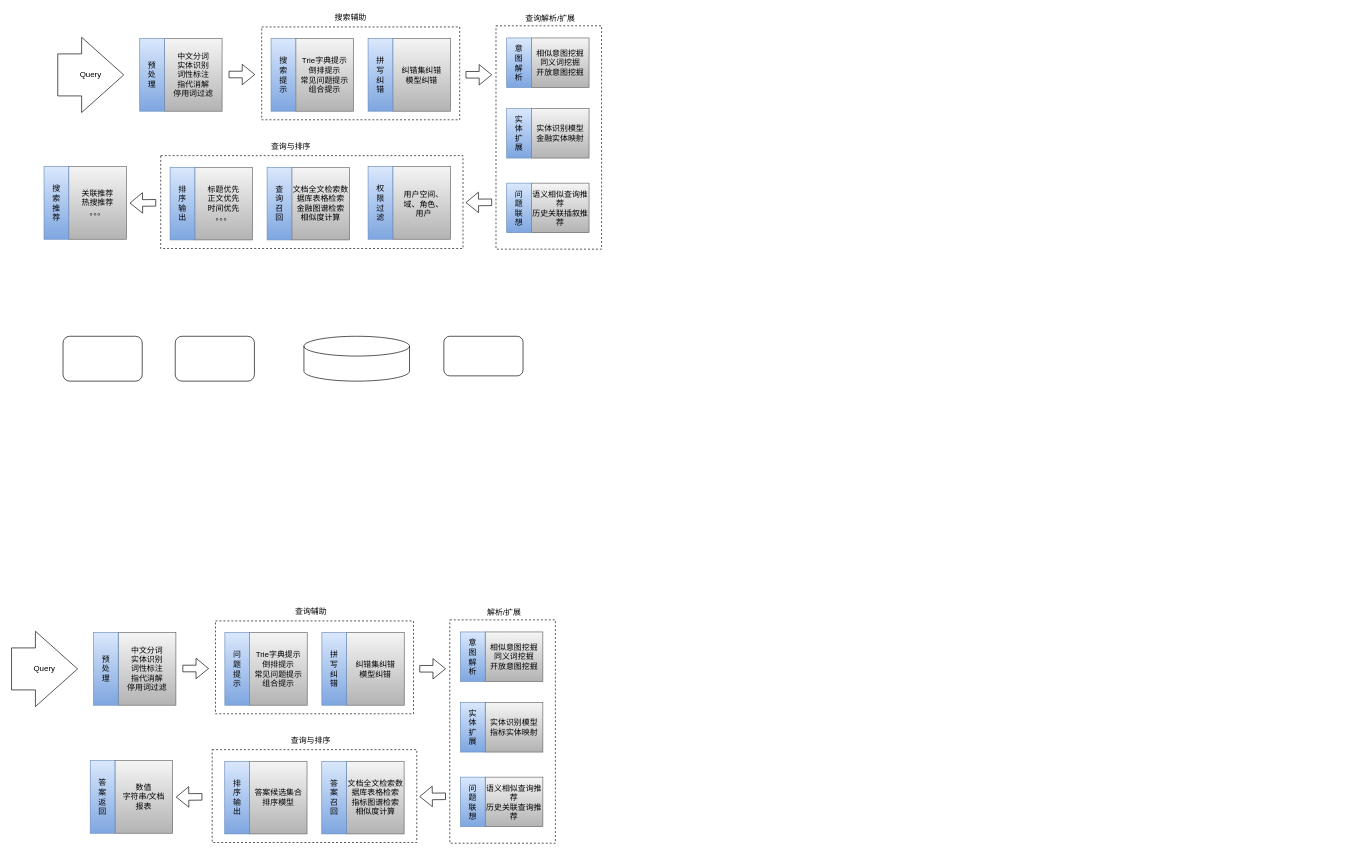
Earlier version of the draw.io diagram nlp/QA.drawio (MMMLMF/notes). Source tidied: cells renumbered, new cells numbered last; positions are measured from the earlier drawing's top-left corner, leaving out a move shared by most shapes. Both pictures are drawn from the tidied source at 66%, with x=0, y=0 at pixel (11, 11). Pictures stored in the file or linked from it are replaced by grey dashed boxes.
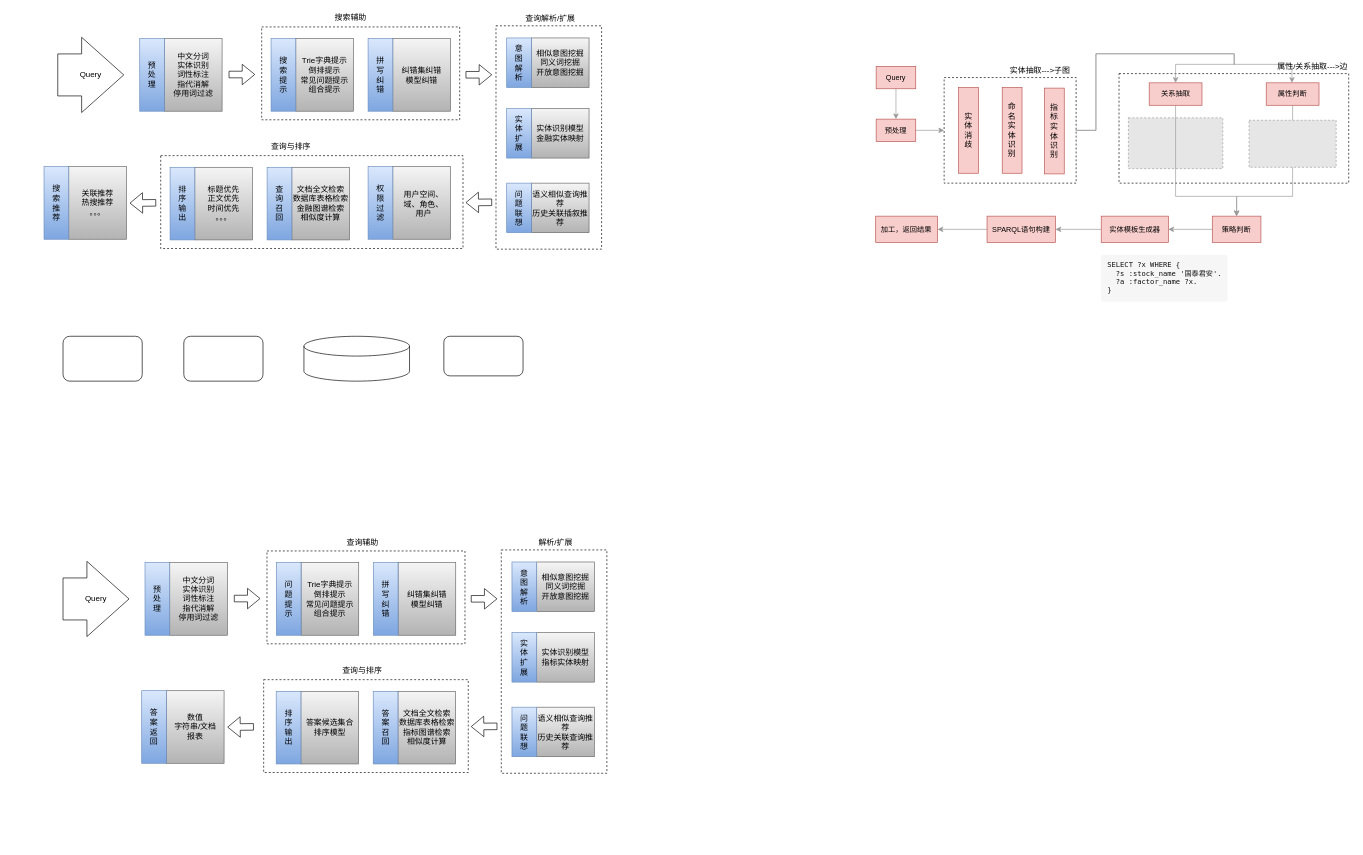
The same page after the edit.

Unchanged cells that the change refers to:
```xml
<mxCell id="41" style="group;" parent="1" vertex="1">
  <mxGeometry x="381" y="236" width="145" height="110" as="geometry" />
</mxCell>
<mxCell id="106" style="group;" parent="100" vertex="1">
  <mxGeometry x="299.8" width="145" height="110" as="geometry" />
</mxCell>
```

What changed in the source:
```diff
@@
+    <mxCell id="123" style="rounded=0;whiteSpace=wrap;html=1;shadow=0;fillColor=none;dashed=1;" parent="1" vertex="1">
+      <mxGeometry x="1678" y="94" width="348" height="166" as="geometry" />
+    </mxCell>
+    <mxCell id="124" style="fillColor=#E6E6E6;strokeColor=#999999;dashed=1;verticalLabelPosition=bottom;labelBackgroundColor=#ffffff;verticalAlign=top;" parent="1" vertex="1">
+      <mxGeometry x="1692.2" y="161" width="143" height="77" as="geometry" />
+    </mxCell>
+    <mxCell id="125" style="edgeStyle=orthogonalEdgeStyle;rounded=0;jettySize=auto;html=1;exitX=1;exitY=0.5;exitDx=0;exitDy=0;entryX=0.5;entryY=0;entryDx=0;entryDy=0;strokeColor=#999999;" parent="1" edge="1" source="127" target="136">
+      <mxGeometry relative="1" as="geometry">
+        <Array as="points">
+          <mxPoint x="1643" y="180" />
+          <mxPoint x="1643" y="64" />
+          <mxPoint x="1853" y="64" />
+          <mxPoint x="1853" y="80" />
+          <mxPoint x="1764" y="80" />
+        </Array>
+      </mxGeometry>
+    </mxCell>
+    <mxCell id="126" style="edgeStyle=orthogonalEdgeStyle;rounded=0;orthogonalLoop=1;jettySize=auto;html=1;exitX=1;exitY=0.5;exitDx=0;exitDy=0;entryX=0.5;entryY=0;entryDx=0;entryDy=0;strokeColor=#999999;" parent="1" edge="1">
+      <mxGeometry relative="1" as="geometry">
+        <mxPoint x="1612" y="180" as="sourcePoint" />
+        <mxPoint x="1940" y="108" as="targetPoint" />
+        <Array as="points">
+          <mxPoint x="1643" y="180" />
+          <mxPoint x="1643" y="64" />
+          <mxPoint x="1852" y="64" />
+          <mxPoint x="1852" y="80" />
+          <mxPoint x="1940" y="80" />
+        </Array>
+      </mxGeometry>
+    </mxCell>
+    <mxCell id="127" style="rounded=0;whiteSpace=wrap;html=1;shadow=0;fillColor=none;dashed=1;" parent="1" vertex="1">
+      <mxGeometry x="1413" y="100" width="200" height="160" as="geometry" />
+    </mxCell>
     <mxCell id="2" style="rounded=0;whiteSpace=wrap;html=1;shadow=0;fillColor=none;dashed=1;" parent="1" vertex="1">
-      <mxGeometry x="664" y="921.7" width="160" height="338.4" as="geometry" />
+      <mxGeometry x="742" y="815.7" width="160" height="338.4" as="geometry" />
     </mxCell>
@@
-    <mxCell id="45" value="文档全文检索数据库表格检索&lt;br&gt;金融图谱检索&lt;br&gt;相似度计算" style="text;html=1;strokeColor=none;fillColor=none;align=center;verticalAlign=middle;whiteSpace=wrap;rounded=0;shadow=0;" parent="41" vertex="1">
+    <mxCell id="45" value="文档全文检索&lt;br&gt;数据库表格检索&lt;br&gt;金融图谱检索&lt;br&gt;相似度计算" style="text;html=1;strokeColor=none;fillColor=none;align=center;verticalAlign=middle;whiteSpace=wrap;rounded=0;shadow=0;" parent="41" vertex="1">
       <mxGeometry x="41.1" y="45" width="92.5" height="20" as="geometry" />
     </mxCell>
@@
     <mxCell id="64" style="group;" parent="1" vertex="1">
-      <mxGeometry x="118" y="941" width="145" height="110" as="geometry" />
+      <mxGeometry x="196" y="835" width="145" height="110" as="geometry" />
     </mxCell>
@@
     <mxCell id="70" style="group;" parent="1" vertex="1">
-      <mxGeometry x="317" y="941" width="290" height="120" as="geometry" />
+      <mxGeometry x="395" y="835" width="290" height="120" as="geometry" />
     </mxCell>
@@
     <mxCell id="76" style="rounded=1;whiteSpace=wrap;html=1;shadow=0;fillColor=none;" parent="1" vertex="1">
-      <mxGeometry x="248" y="492" width="120" height="68" as="geometry" />
+      <mxGeometry x="261" y="492" width="120" height="68" as="geometry" />
     </mxCell>
     <mxCell id="77" style="group;" parent="1" vertex="1">
-      <mxGeometry x="464" y="941" width="145" height="110" as="geometry" />
+      <mxGeometry x="542" y="835" width="145" height="110" as="geometry" />
     </mxCell>
@@
     <mxCell id="83" value="查询辅助" style="text;html=1;strokeColor=none;fillColor=none;align=center;verticalAlign=middle;whiteSpace=wrap;rounded=0;shadow=0;dashed=1;" parent="1" vertex="1">
-      <mxGeometry x="423.5" y="900" width="60" height="20" as="geometry" />
+      <mxGeometry x="501.5" y="794" width="60" height="20" as="geometry" />
     </mxCell>
@@
     <mxCell id="85" style="group;" parent="1" vertex="1">
-      <mxGeometry x="674" y="940" width="145" height="75" as="geometry" />
+      <mxGeometry x="752" y="834" width="145" height="75" as="geometry" />
     </mxCell>
@@
     <mxCell id="90" style="group;" parent="1" vertex="1">
-      <mxGeometry x="674" y="1047" width="145" height="75" as="geometry" />
+      <mxGeometry x="752" y="941" width="145" height="75" as="geometry" />
     </mxCell>
@@
     <mxCell id="95" style="group;" parent="1" vertex="1">
-      <mxGeometry x="674" y="1160" width="145" height="75" as="geometry" />
+      <mxGeometry x="752" y="1054" width="145" height="75" as="geometry" />
     </mxCell>
@@
     <mxCell id="100" style="group;" parent="1" vertex="1">
-      <mxGeometry x="164" y="1136" width="450" height="123" as="geometry" />
+      <mxGeometry x="242" y="1030" width="450" height="123" as="geometry" />
     </mxCell>
@@
-    <mxCell id="110" value="文档全文检索数据库表格检索&lt;br&gt;指标图谱检索&lt;br&gt;相似度计算" style="text;html=1;strokeColor=none;fillColor=none;align=center;verticalAlign=middle;whiteSpace=wrap;rounded=0;shadow=0;" parent="106" vertex="1">
+    <mxCell id="110" value="文档全文检索&lt;br&gt;数据库表格检索&lt;br&gt;指标图谱检索&lt;br&gt;相似度计算" style="text;html=1;strokeColor=none;fillColor=none;align=center;verticalAlign=middle;whiteSpace=wrap;rounded=0;shadow=0;" parent="106" vertex="1">
       <mxGeometry x="41.1" y="45" width="92.5" height="20" as="geometry" />
     </mxCell>
@@
     <mxCell id="117" value="查询与排序" style="text;html=1;strokeColor=none;fillColor=none;align=center;verticalAlign=middle;whiteSpace=wrap;rounded=0;shadow=0;dashed=1;" parent="1" vertex="1">
-      <mxGeometry x="417" y="1095" width="73" height="20" as="geometry" />
+      <mxGeometry x="495" y="989" width="73" height="20" as="geometry" />
     </mxCell>
     <mxCell id="118" style="shape=flexArrow;endArrow=classic;html=1;" parent="1" edge="1">
       <mxGeometry relative="1" as="geometry">
-        <mxPoint x="259" y="995.4" as="sourcePoint" />
-        <mxPoint x="299" y="995.4" as="targetPoint" />
+        <mxPoint x="337" y="889.4" as="sourcePoint" />
+        <mxPoint x="377" y="889.4" as="targetPoint" />
       </mxGeometry>
     </mxCell>
     <mxCell id="119" style="shape=flexArrow;endArrow=classic;html=1;" parent="1" edge="1">
       <mxGeometry relative="1" as="geometry">
-        <mxPoint x="618" y="995.8" as="sourcePoint" />
-        <mxPoint x="658" y="995.8" as="targetPoint" />
+        <mxPoint x="696" y="889.8" as="sourcePoint" />
+        <mxPoint x="736" y="889.8" as="targetPoint" />
       </mxGeometry>
     </mxCell>
     <mxCell id="120" style="shape=flexArrow;endArrow=classic;html=1;" parent="1" edge="1">
       <mxGeometry relative="1" as="geometry">
-        <mxPoint x="658" y="1189" as="sourcePoint" />
-        <mxPoint x="618" y="1189.4" as="targetPoint" />
+        <mxPoint x="736" y="1083" as="sourcePoint" />
+        <mxPoint x="696" y="1083.4" as="targetPoint" />
       </mxGeometry>
     </mxCell>
     <mxCell id="121" value="解析/扩展" style="text;html=1;strokeColor=none;fillColor=none;align=center;verticalAlign=middle;whiteSpace=wrap;rounded=0;shadow=0;dashed=1;" parent="1" vertex="1">
-      <mxGeometry x="705" y="901" width="83" height="20" as="geometry" />
+      <mxGeometry x="783" y="795" width="83" height="20" as="geometry" />
     </mxCell>
     <mxCell id="122" value="Query" style="shape=singleArrow;whiteSpace=wrap;html=1;rounded=0;shadow=0;fillColor=none;arrowWidth=0.5583075335397305;arrowSize=0.638235294117646;" parent="1" vertex="1">
-      <mxGeometry y="939" width="100" height="114" as="geometry" />
+      <mxGeometry x="78" y="833" width="100" height="114" as="geometry" />
     </mxCell>
+    <mxCell id="128" style="edgeStyle=orthogonalEdgeStyle;rounded=0;jettySize=auto;html=1;strokeColor=#999999;" parent="1" edge="1" source="129" target="131">
+      <mxGeometry relative="1" as="geometry" />
+    </mxCell>
+    <mxCell id="129" value="&lt;span style=&quot;font-size: 11px&quot;&gt;Query&lt;/span&gt;" style="rounded=0;whiteSpace=wrap;html=1;fillColor=#f8cecc;strokeColor=#b85450;" parent="1" vertex="1">
+      <mxGeometry x="1310" y="83" width="60" height="34" as="geometry" />
+    </mxCell>
+    <mxCell id="130" style="edgeStyle=orthogonalEdgeStyle;rounded=0;jettySize=auto;html=1;exitX=1;exitY=0.5;exitDx=0;exitDy=0;entryX=0;entryY=0.5;entryDx=0;entryDy=0;strokeColor=#999999;" parent="1" edge="1" source="131" target="127">
+      <mxGeometry relative="1" as="geometry" />
+    </mxCell>
+    <mxCell id="131" value="&lt;font style=&quot;font-size: 11px&quot;&gt;预处理&lt;/font&gt;" style="rounded=0;whiteSpace=wrap;html=1;fillColor=#f8cecc;strokeColor=#b85450;" parent="1" vertex="1">
+      <mxGeometry x="1310" y="163" width="60" height="34" as="geometry" />
+    </mxCell>
+    <mxCell id="132" value="命&lt;br&gt;名&lt;br&gt;实&lt;br&gt;体&lt;br&gt;识&lt;br&gt;别&lt;br&gt;" style="rounded=0;whiteSpace=wrap;html=1;fillColor=#f8cecc;strokeColor=#b85450;" parent="1" vertex="1">
+      <mxGeometry x="1501" y="115" width="30" height="130" as="geometry" />
+    </mxCell>
+    <mxCell id="133" value="实&lt;br&gt;体&lt;br&gt;消&lt;br&gt;歧" style="rounded=0;whiteSpace=wrap;html=1;fillColor=#f8cecc;strokeColor=#b85450;" parent="1" vertex="1">
+      <mxGeometry x="1435" y="115" width="30" height="130" as="geometry" />
+    </mxCell>
+    <mxCell id="134" value="指&lt;br&gt;标&lt;br&gt;实&lt;br&gt;体&lt;br&gt;识&lt;br&gt;别" style="rounded=0;whiteSpace=wrap;html=1;fillColor=#f8cecc;strokeColor=#b85450;" parent="1" vertex="1">
+      <mxGeometry x="1565" y="116" width="30" height="130" as="geometry" />
+    </mxCell>
+    <mxCell id="135" style="edgeStyle=orthogonalEdgeStyle;rounded=0;jettySize=auto;html=1;entryX=0.5;entryY=0;entryDx=0;entryDy=0;strokeColor=#999999;exitX=0.5;exitY=1;exitDx=0;exitDy=0;" parent="1" edge="1" source="136" target="142">
+      <mxGeometry relative="1" as="geometry">
+        <Array as="points">
+          <mxPoint x="1764" y="280" />
+          <mxPoint x="1856" y="280" />
+        </Array>
+      </mxGeometry>
+    </mxCell>
+    <mxCell id="136" value="&lt;font style=&quot;font-size: 11px&quot;&gt;关系抽取&lt;/font&gt;" style="rounded=0;whiteSpace=wrap;html=1;fillColor=#f8cecc;strokeColor=#b85450;" parent="1" vertex="1">
+      <mxGeometry x="1723.7" y="108" width="80" height="34" as="geometry" />
+    </mxCell>
+    <mxCell id="137" style="edgeStyle=orthogonalEdgeStyle;rounded=0;jettySize=auto;html=1;entryX=0.5;entryY=0;entryDx=0;entryDy=0;strokeColor=#999999;exitX=0.5;exitY=1;exitDx=0;exitDy=0;" parent="1" edge="1" source="138" target="142">
+      <mxGeometry relative="1" as="geometry">
+        <Array as="points">
+          <mxPoint x="1941" y="280" />
+          <mxPoint x="1856" y="280" />
+        </Array>
+      </mxGeometry>
+    </mxCell>
+    <mxCell id="138" value="&lt;span style=&quot;font-size: 11px&quot;&gt;属性判断&lt;/span&gt;" style="rounded=0;whiteSpace=wrap;html=1;fillColor=#f8cecc;strokeColor=#b85450;" parent="1" vertex="1">
+      <mxGeometry x="1901" y="108" width="80" height="34" as="geometry" />
+    </mxCell>
+    <mxCell id="139" value="属性/关系抽取---&amp;gt;边" style="text;html=1;align=center;verticalAlign=middle;" parent="1" vertex="1">
+      <mxGeometry x="1911" y="74" width="120" height="20" as="geometry" />
+    </mxCell>
+    <mxCell id="140" value="实体抽取---&amp;gt;子图" style="text;html=1;align=center;verticalAlign=middle;" parent="1" vertex="1">
+      <mxGeometry x="1503" y="80" width="110" height="20" as="geometry" />
+    </mxCell>
+    <mxCell id="141" style="edgeStyle=orthogonalEdgeStyle;rounded=0;jettySize=auto;html=1;exitX=0;exitY=0.5;exitDx=0;exitDy=0;entryX=1;entryY=0.5;entryDx=0;entryDy=0;strokeColor=#999999;" parent="1" edge="1" source="142" target="145">
+      <mxGeometry relative="1" as="geometry" />
+    </mxCell>
+    <mxCell id="142" value="&lt;font style=&quot;font-size: 11px&quot;&gt;策略判断&lt;/font&gt;" style="rounded=0;whiteSpace=wrap;html=1;fillColor=#f8cecc;strokeColor=#b85450;" parent="1" vertex="1">
+      <mxGeometry x="1819.3" y="310" width="73.7" height="40" as="geometry" />
+    </mxCell>
+    <mxCell id="143" value="&lt;span style=&quot;font-size: 11px&quot;&gt;加工，返回结果&lt;/span&gt;" style="rounded=0;whiteSpace=wrap;html=1;fillColor=#f8cecc;strokeColor=#b85450;" parent="1" vertex="1">
+      <mxGeometry x="1309.3" y="310" width="93.7" height="40" as="geometry" />
+    </mxCell>
+    <mxCell id="144" style="edgeStyle=orthogonalEdgeStyle;rounded=0;jettySize=auto;html=1;entryX=1;entryY=0.5;entryDx=0;entryDy=0;strokeColor=#999999;" parent="1" edge="1" source="145" target="147">
+      <mxGeometry relative="1" as="geometry" />
+    </mxCell>
+    <mxCell id="145" value="&lt;font style=&quot;font-size: 11px&quot;&gt;实体模板生成器&lt;/font&gt;" style="rounded=0;whiteSpace=wrap;html=1;fillColor=#f8cecc;strokeColor=#b85450;" parent="1" vertex="1">
+      <mxGeometry x="1651" y="310" width="101.7" height="40" as="geometry" />
+    </mxCell>
+    <mxCell id="146" style="edgeStyle=orthogonalEdgeStyle;rounded=0;jettySize=auto;html=1;strokeColor=#999999;" parent="1" edge="1" source="147" target="143">
+      <mxGeometry relative="1" as="geometry" />
+    </mxCell>
+    <mxCell id="147" value="&lt;font style=&quot;font-size: 11px&quot;&gt;SPARQL语句构建&lt;/font&gt;" style="rounded=0;whiteSpace=wrap;html=1;fillColor=#f8cecc;strokeColor=#b85450;" parent="1" vertex="1">
+      <mxGeometry x="1478" y="310" width="103.7" height="40" as="geometry" />
+    </mxCell>
+    <mxCell id="148" style="fillColor=#E6E6E6;strokeColor=#999999;dashed=1;verticalLabelPosition=bottom;labelBackgroundColor=#ffffff;verticalAlign=top;" parent="1" vertex="1">
+      <mxGeometry x="1875" y="164.7" width="132" height="71.3" as="geometry" />
+    </mxCell>
+    <mxCell id="149" value="&lt;pre style=&quot;margin-top: 0px ; margin-bottom: 0px ; padding: 0.88889em ; font-size: 0.9em ; word-break: normal ; overflow-wrap: normal ; overflow: auto ; background: rgb(246 , 246 , 246) ; border-radius: 4px ; color: rgb(18 , 18 , 18)&quot;&gt;&lt;code class=&quot;language-text&quot; style=&quot;margin: 0px ; padding: 0px ; border-radius: 0px ; font-family: &amp;#34;menlo&amp;#34; , &amp;#34;monaco&amp;#34; , &amp;#34;consolas&amp;#34; , &amp;#34;andale mono&amp;#34; , &amp;#34;lucida console&amp;#34; , &amp;#34;courier new&amp;#34; , monospace ; font-size: inherit ; background-color: inherit&quot;&gt;SELECT ?x WHERE {&lt;br&gt;  ?s :stock_name '国泰君安'.&lt;br&gt;  ?a :factor_name ?x.&lt;br&gt;}&lt;br&gt;&lt;/code&gt;&lt;/pre&gt;" style="text;html=1;align=left;verticalAlign=middle;" parent="1" vertex="1">
+      <mxGeometry x="1648.7" y="364" width="230" height="80" as="geometry" />
+    </mxCell>
```
